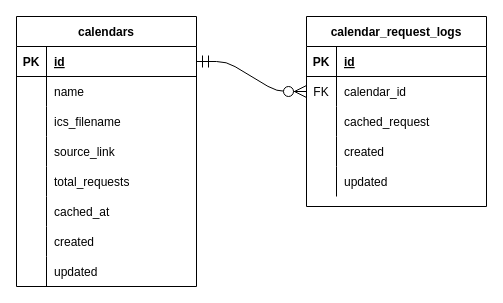
Earlier version of the draw.io diagram res/diagram.drawio (mnerv/calendarcache). Source tidied: cells renumbered, new cells numbered last; positions are measured from the earlier drawing's top-left corner, leaving out a move shared by most shapes. Both pictures are drawn from the tidied source at 100%, with x=0, y=0 at pixel (16, 16).
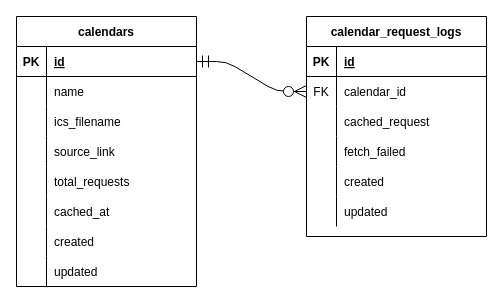
After the change.

Commit message (it also covers changes not shown here):
Updated database table to include fetch_failed

The edit, as a diff of the source:
```diff
@@
     <mxCell id="28" value="calendar_request_logs" style="shape=table;startSize=30;childLayout=tableLayout;rowLines=0;fontStyle=1;align=center;" parent="1" vertex="1">
-      <mxGeometry x="290" width="180" height="190" as="geometry" />
+      <mxGeometry x="290" width="180" height="220" as="geometry" />
     </mxCell>
@@
+    <mxCell id="44" style="shape=partialRectangle;fillColor=none;top=0;left=0;bottom=0;right=0;" parent="28" vertex="1">
+      <mxGeometry y="120" width="180" height="30" as="geometry" />
+    </mxCell>
+    <mxCell id="45" style="shape=partialRectangle;fillColor=none;top=0;left=0;bottom=0;right=0;overflow=hidden;" parent="44" vertex="1">
+      <mxGeometry width="30" height="30" as="geometry" />
+    </mxCell>
+    <mxCell id="46" value="fetch_failed" style="shape=partialRectangle;fillColor=none;top=0;left=0;bottom=0;right=0;align=left;spacingLeft=6;overflow=hidden;" parent="44" vertex="1">
+      <mxGeometry x="30" width="150" height="30" as="geometry" />
+    </mxCell>
     <mxCell id="38" style="shape=partialRectangle;fillColor=none;top=0;left=0;bottom=0;right=0;" parent="28" vertex="1">
-      <mxGeometry y="120" width="180" height="30" as="geometry" />
+      <mxGeometry y="150" width="180" height="30" as="geometry" />
     </mxCell>
@@
     <mxCell id="41" style="shape=partialRectangle;fillColor=none;top=0;left=0;bottom=0;right=0;" parent="28" vertex="1">
-      <mxGeometry y="150" width="180" height="30" as="geometry" />
+      <mxGeometry y="180" width="180" height="30" as="geometry" />
     </mxCell>
```
